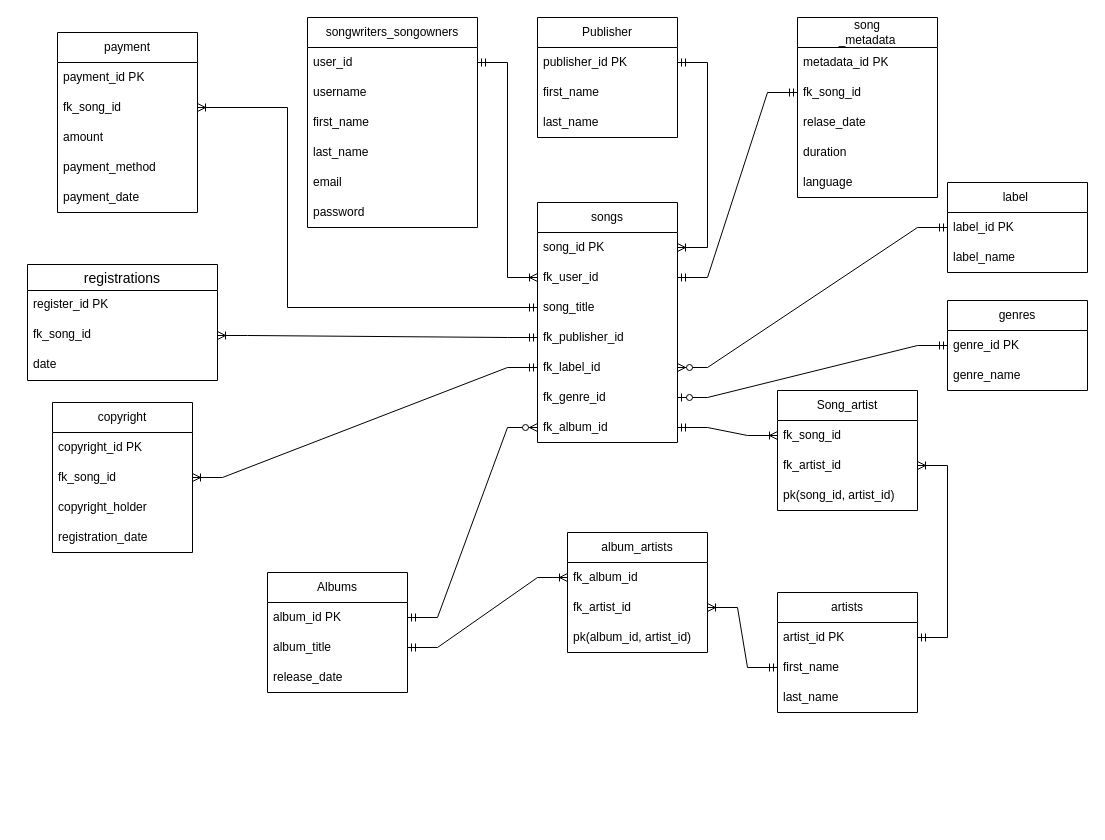
Before: db_project.drawio in MubarakBu/DB_PROJECT, a draw.io diagram. Source tidied: cells renumbered, new cells numbered last; positions are measured from the earlier drawing's top-left corner, leaving out a move shared by most shapes. Both pictures are drawn from the tidied source at 100%, with x=0, y=0 at pixel (27, 17).
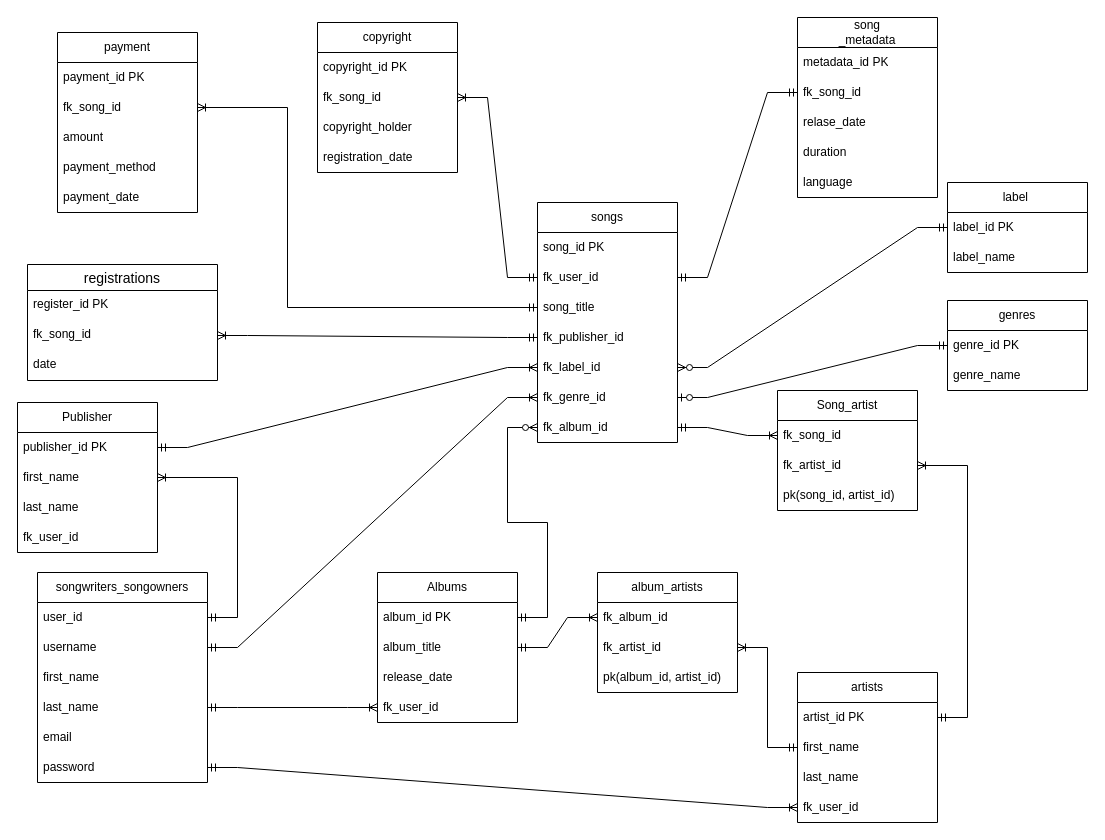
After the change.

The change refers to these unchanged cells:
```xml
<mxCell id="3" value="user_id" style="text;strokeColor=none;fillColor=none;align=left;verticalAlign=middle;spacingLeft=4;spacingRight=4;overflow=hidden;points=[[0,0.5],[1,0.5]];portConstraint=eastwest;whiteSpace=wrap;html=1;" parent="2" vertex="1">
  <mxGeometry y="30" width="170" height="30" as="geometry" />
</mxCell>
<mxCell id="4" value="username" style="text;strokeColor=none;fillColor=none;align=left;verticalAlign=middle;spacingLeft=4;spacingRight=4;overflow=hidden;points=[[0,0.5],[1,0.5]];portConstraint=eastwest;whiteSpace=wrap;html=1;" parent="2" vertex="1">
  <mxGeometry y="60" width="170" height="30" as="geometry" />
</mxCell>
<mxCell id="6" value="last_name" style="text;strokeColor=none;fillColor=none;align=left;verticalAlign=middle;spacingLeft=4;spacingRight=4;overflow=hidden;points=[[0,0.5],[1,0.5]];portConstraint=eastwest;whiteSpace=wrap;html=1;imageHeight=24;" parent="2" vertex="1">
  <mxGeometry y="120" width="170" height="30" as="geometry" />
</mxCell>
<mxCell id="8" value="password" style="text;strokeColor=none;fillColor=none;align=left;verticalAlign=middle;spacingLeft=4;spacingRight=4;overflow=hidden;points=[[0,0.5],[1,0.5]];portConstraint=eastwest;whiteSpace=wrap;html=1;imageHeight=24;" parent="2" vertex="1">
  <mxGeometry y="180" width="170" height="30" as="geometry" />
</mxCell>
<mxCell id="10" value="song_id PK" style="text;strokeColor=none;fillColor=none;align=left;verticalAlign=middle;spacingLeft=4;spacingRight=4;overflow=hidden;points=[[0,0.5],[1,0.5]];portConstraint=eastwest;whiteSpace=wrap;html=1;" parent="9" vertex="1">
  <mxGeometry y="30" width="140" height="30" as="geometry" />
</mxCell>
<mxCell id="11" value="fk_user_id" style="text;strokeColor=none;fillColor=none;align=left;verticalAlign=middle;spacingLeft=4;spacingRight=4;overflow=hidden;points=[[0,0.5],[1,0.5]];portConstraint=eastwest;whiteSpace=wrap;html=1;" parent="9" vertex="1">
  <mxGeometry y="60" width="140" height="30" as="geometry" />
</mxCell>
<mxCell id="14" value="fk_label_id" style="text;strokeColor=none;fillColor=none;align=left;verticalAlign=middle;spacingLeft=4;spacingRight=4;overflow=hidden;points=[[0,0.5],[1,0.5]];portConstraint=eastwest;whiteSpace=wrap;html=1;" parent="9" vertex="1">
  <mxGeometry y="150" width="140" height="30" as="geometry" />
</mxCell>
<mxCell id="15" value="fk_genre_id" style="text;strokeColor=none;fillColor=none;align=left;verticalAlign=middle;spacingLeft=4;spacingRight=4;overflow=hidden;points=[[0,0.5],[1,0.5]];portConstraint=eastwest;whiteSpace=wrap;html=1;" parent="9" vertex="1">
  <mxGeometry y="180" width="140" height="30" as="geometry" />
</mxCell>
<mxCell id="32" value="fk_song_id" style="text;strokeColor=none;fillColor=none;align=left;verticalAlign=middle;spacingLeft=4;spacingRight=4;overflow=hidden;points=[[0,0.5],[1,0.5]];portConstraint=eastwest;whiteSpace=wrap;html=1;" parent="30" vertex="1">
  <mxGeometry y="60" width="140" height="30" as="geometry" />
</mxCell>
<mxCell id="56" value="publisher_id PK" style="text;strokeColor=none;fillColor=none;align=left;verticalAlign=middle;spacingLeft=4;spacingRight=4;overflow=hidden;points=[[0,0.5],[1,0.5]];portConstraint=eastwest;whiteSpace=wrap;html=1;" parent="55" vertex="1">
  <mxGeometry y="30" width="140" height="30" as="geometry" />
</mxCell>
<mxCell id="57" value="first_name" style="text;strokeColor=none;fillColor=none;align=left;verticalAlign=middle;spacingLeft=4;spacingRight=4;overflow=hidden;points=[[0,0.5],[1,0.5]];portConstraint=eastwest;whiteSpace=wrap;html=1;" parent="55" vertex="1">
  <mxGeometry y="60" width="140" height="30" as="geometry" />
</mxCell>
```

Diff of the diagram source:
```diff
@@
     <mxCell id="2" value="songwriters_songowners" style="swimlane;fontStyle=0;horizontal=1;startSize=30;whiteSpace=wrap;html=1;" parent="1" vertex="1">
-      <mxGeometry x="280" width="170" height="210" as="geometry" />
+      <mxGeometry x="10" y="555" width="170" height="210" as="geometry" />
     </mxCell>
@@
     <mxCell id="23" value="artists" style="swimlane;fontStyle=0;horizontal=1;startSize=30;whiteSpace=wrap;html=1;" parent="1" vertex="1">
-      <mxGeometry x="750" y="575" width="140" height="120" as="geometry" />
+      <mxGeometry x="770" y="655" width="140" height="150" as="geometry" />
     </mxCell>
@@
+    <mxCell id="77" value="fk_user_id" style="text;strokeColor=none;fillColor=none;align=left;verticalAlign=middle;spacingLeft=4;spacingRight=4;overflow=hidden;points=[[0,0.5],[1,0.5]];portConstraint=eastwest;whiteSpace=wrap;html=1;" parent="23" vertex="1">
+      <mxGeometry y="120" width="140" height="30" as="geometry" />
+    </mxCell>
@@
     <mxCell id="30" value="copyright" style="swimlane;fontStyle=0;horizontal=1;startSize=30;whiteSpace=wrap;html=1;" parent="1" vertex="1">
-      <mxGeometry x="25" y="385" width="140" height="150" as="geometry" />
+      <mxGeometry x="290" y="5" width="140" height="150" as="geometry" />
     </mxCell>
@@
     <mxCell id="55" value="Publisher" style="swimlane;fontStyle=0;horizontal=1;startSize=30;whiteSpace=wrap;html=1;" parent="1" vertex="1">
-      <mxGeometry x="510" width="140" height="120" as="geometry" />
+      <mxGeometry x="-10" y="385" width="140" height="150" as="geometry" />
     </mxCell>
@@
+    <mxCell id="78" value="fk_user_id" style="text;strokeColor=none;fillColor=none;align=left;verticalAlign=middle;spacingLeft=4;spacingRight=4;overflow=hidden;whiteSpace=wrap;html=1;" parent="55" vertex="1">
+      <mxGeometry y="120" width="140" height="30" as="geometry" />
+    </mxCell>
@@
     <mxCell id="61" value="Albums" style="swimlane;fontStyle=0;horizontal=1;startSize=30;whiteSpace=wrap;html=1;" parent="1" vertex="1">
-      <mxGeometry x="240" y="555" width="140" height="120" as="geometry" />
+      <mxGeometry x="350" y="555" width="140" height="150" as="geometry" />
     </mxCell>
@@
+    <mxCell id="79" value="fk_user_id" style="text;strokeColor=none;fillColor=none;align=left;verticalAlign=middle;spacingLeft=4;spacingRight=4;overflow=hidden;points=[[0,0.5],[1,0.5]];portConstraint=eastwest;whiteSpace=wrap;html=1;" parent="61" vertex="1">
+      <mxGeometry y="120" width="140" height="30" as="geometry" />
+    </mxCell>
     <mxCell id="65" value="album_artists" style="swimlane;fontStyle=0;horizontal=1;startSize=30;whiteSpace=wrap;html=1;" parent="1" vertex="1">
-      <mxGeometry x="540" y="515" width="140" height="120" as="geometry" />
+      <mxGeometry x="570" y="555" width="140" height="120" as="geometry" />
     </mxCell>
@@
-    <mxCell id="71" style="edgeStyle=entityRelationEdgeStyle;fontSize=12;html=1;endArrow=ERoneToMany;startArrow=ERmandOne;rounded=0;" parent="1" edge="1" source="56" target="10">
+    <mxCell id="71" style="edgeStyle=entityRelationEdgeStyle;fontSize=12;html=1;endArrow=ERoneToMany;startArrow=ERmandOne;rounded=0;entryX=0;entryY=0.5;entryDx=0;entryDy=0;" parent="1" edge="1" source="56" target="14">
       <mxGeometry relative="1" as="geometry" />
     </mxCell>
@@
-    <mxCell id="73" style="edgeStyle=entityRelationEdgeStyle;fontSize=12;html=1;endArrow=ERoneToMany;startArrow=ERmandOne;rounded=0;" parent="1" edge="1" source="3" target="11">
+    <mxCell id="73" style="edgeStyle=entityRelationEdgeStyle;fontSize=12;html=1;endArrow=ERoneToMany;startArrow=ERmandOne;rounded=0;" parent="1" edge="1" source="4" target="15">
       <mxGeometry relative="1" as="geometry" />
     </mxCell>
@@
-    <mxCell id="76" style="edgeStyle=entityRelationEdgeStyle;fontSize=12;html=1;endArrow=ERoneToMany;startArrow=ERmandOne;rounded=0;" parent="1" edge="1" source="14" target="32">
+    <mxCell id="76" style="edgeStyle=entityRelationEdgeStyle;fontSize=12;html=1;endArrow=ERoneToMany;startArrow=ERmandOne;rounded=0;" parent="1" edge="1" source="11" target="32">
       <mxGeometry relative="1" as="geometry" />
     </mxCell>
+    <mxCell id="80" style="edgeStyle=entityRelationEdgeStyle;fontSize=12;html=1;endArrow=ERoneToMany;startArrow=ERmandOne;rounded=0;" parent="1" edge="1" source="6" target="79">
+      <mxGeometry relative="1" as="geometry" />
+    </mxCell>
+    <mxCell id="81" style="edgeStyle=entityRelationEdgeStyle;fontSize=12;html=1;endArrow=ERoneToMany;startArrow=ERmandOne;rounded=0;" parent="1" edge="1" source="8" target="77">
+      <mxGeometry relative="1" as="geometry" />
+    </mxCell>
+    <mxCell id="82" style="edgeStyle=entityRelationEdgeStyle;fontSize=12;html=1;endArrow=ERoneToMany;startArrow=ERmandOne;rounded=0;" parent="1" edge="1" source="3" target="57">
+      <mxGeometry relative="1" as="geometry" />
+    </mxCell>
```
